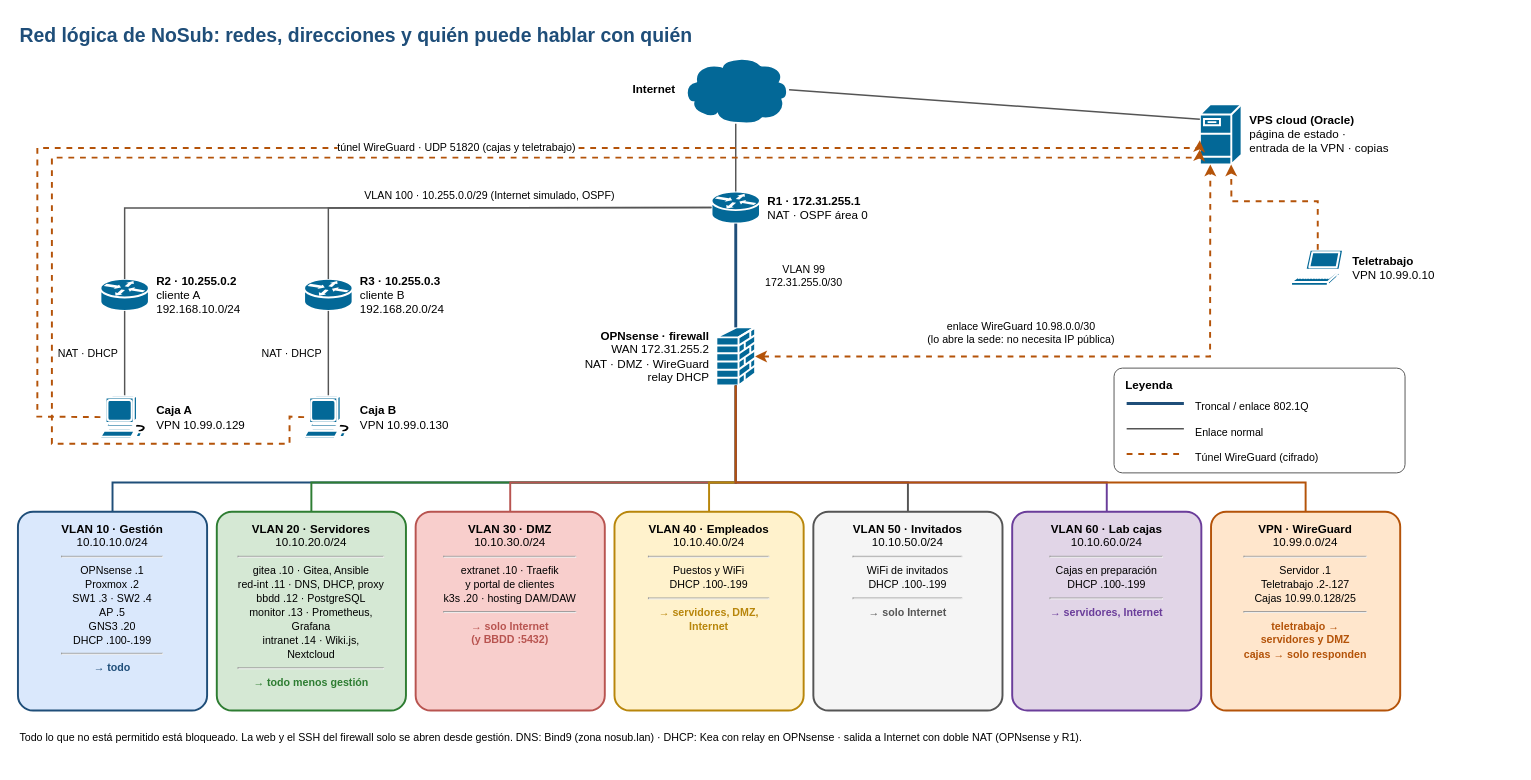
Above: docs/diagramas/2-red-logica.drawio in YassinKamal345/nosub-infra (draw.io), before the change. Source tidied: cells renumbered, new cells numbered last; positions are measured from the earlier drawing's top-left corner, leaving out a move shared by most shapes. Both pictures are drawn from the tidied source at 97%, with x=0, y=0 at pixel (17, 16).
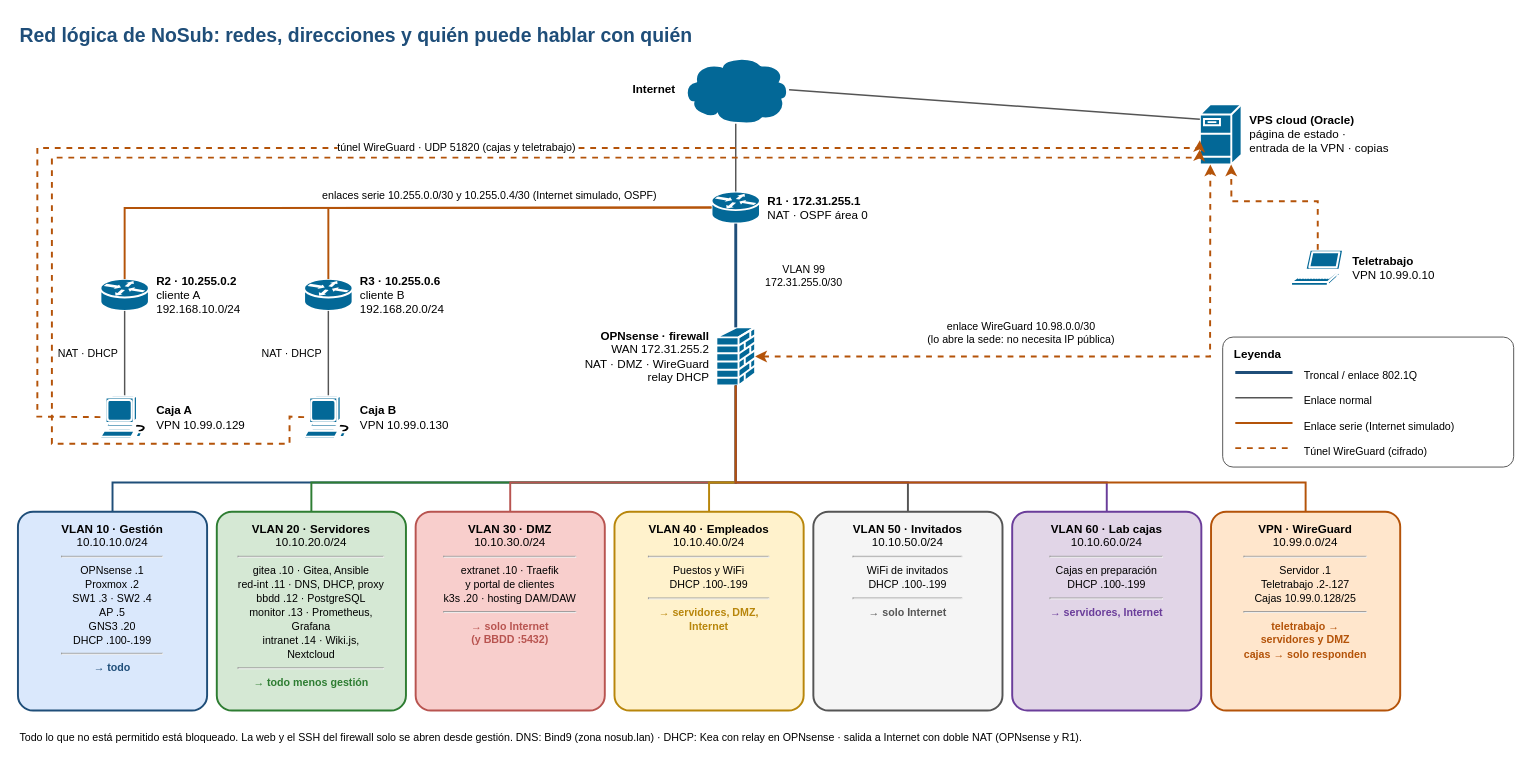
Above is the later version.

The change refers to these unchanged cells:
```xml
<mxCell id="5" value="R1 · 172.31.255.1&lt;br&gt;&lt;span style='font-weight:normal'&gt;NAT · OSPF área 0&lt;/span&gt;" style="labelPosition=right;align=left;verticalLabelPosition=middle;verticalAlign=middle;spacingLeft=6;html=1;outlineConnect=0;fontSize=12;fontStyle=1;shape=mxgraph.cisco.routers.router;fillColor=#036897;strokeColor=#ffffff;strokeWidth=2;" parent="1" vertex="1">
  <mxGeometry x="715" y="180" width="50" height="33" as="geometry" />
</mxCell>
<mxCell id="7" value="R2 · 10.255.0.2&lt;br&gt;&lt;span style='font-weight:normal'&gt;cliente A&lt;br&gt;192.168.10.0/24&lt;/span&gt;" style="labelPosition=right;align=left;verticalLabelPosition=middle;verticalAlign=middle;spacingLeft=6;html=1;outlineConnect=0;fontSize=12;fontStyle=1;shape=mxgraph.cisco.routers.router;fillColor=#036897;strokeColor=#ffffff;strokeWidth=2;" parent="1" vertex="1">
  <mxGeometry x="85" y="270" width="50" height="33" as="geometry" />
</mxCell>
```

Diff of the diagram source:
```diff
@@
-    <mxCell id="8" value="R3 · 10.255.0.3&lt;br&gt;&lt;span style='font-weight:normal'&gt;cliente B&lt;br&gt;192.168.20.0/24&lt;/span&gt;" style="labelPosition=right;align=left;verticalLabelPosition=middle;verticalAlign=middle;spacingLeft=6;html=1;outlineConnect=0;fontSize=12;fontStyle=1;shape=mxgraph.cisco.routers.router;fillColor=#036897;strokeColor=#ffffff;strokeWidth=2;" parent="1" vertex="1">
+    <mxCell id="8" value="R3 · 10.255.0.6&lt;br&gt;&lt;span style='font-weight:normal'&gt;cliente B&lt;br&gt;192.168.20.0/24&lt;/span&gt;" style="labelPosition=right;align=left;verticalLabelPosition=middle;verticalAlign=middle;spacingLeft=6;html=1;outlineConnect=0;fontSize=12;fontStyle=1;shape=mxgraph.cisco.routers.router;fillColor=#036897;strokeColor=#ffffff;strokeWidth=2;" parent="1" vertex="1">
       <mxGeometry x="295" y="270" width="50" height="33" as="geometry" />
     </mxCell>
@@
-    <mxCell id="14" value="VLAN 100 · 10.255.0.0/29 (Internet simulado, OSPF)" style="html=1;endArrow=none;fontSize=11;labelBackgroundColor=#ffffff;rounded=0;strokeWidth=1.5;strokeColor=#555555;exitX=0;exitY=0.5;exitDx=0;exitDy=0;" parent="1" edge="1" source="5" target="7">
+    <mxCell id="14" value="enlaces serie 10.255.0.0/30 y 10.255.0.4/30 (Internet simulado, OSPF)" style="html=1;endArrow=none;fontSize=11;labelBackgroundColor=#ffffff;rounded=0;strokeWidth=2;strokeColor=#b45309;exitX=0;exitY=0.5;exitDx=0;exitDy=0;" parent="1" edge="1" source="5" target="7">
       <mxGeometry relative="1" as="geometry">
         <Array as="points">
           <mxPoint x="110" y="197" />
         </Array>
         <mxPoint x="110" y="-13" as="offset" />
       </mxGeometry>
     </mxCell>
-    <mxCell id="15" style="html=1;endArrow=none;fontSize=11;labelBackgroundColor=#ffffff;rounded=0;strokeWidth=1.5;strokeColor=#555555;exitX=0;exitY=0.5;exitDx=0;exitDy=0;" parent="1" edge="1" source="5" target="8">
+    <mxCell id="15" style="html=1;endArrow=none;fontSize=11;labelBackgroundColor=#ffffff;rounded=0;strokeWidth=2;strokeColor=#b45309;exitX=0;exitY=0.5;exitDx=0;exitDy=0;" parent="1" edge="1" source="5" target="8">
       <mxGeometry relative="1" as="geometry">
         <Array as="points">
           <mxPoint x="320" y="197" />
         </Array>
       </mxGeometry>
     </mxCell>
@@
     <mxCell id="38" style="rounded=1;whiteSpace=wrap;html=1;arcSize=8;fontSize=12;fillColor=#ffffff;strokeColor=#555555;" parent="1" vertex="1">
-      <mxGeometry x="1130" y="362" width="300" height="108" as="geometry" />
+      <mxGeometry x="1242" y="330" width="300" height="134" as="geometry" />
     </mxCell>
     <mxCell id="39" value="&lt;b&gt;Leyenda&lt;/b&gt;" style="rounded=1;whiteSpace=wrap;html=1;arcSize=8;fontSize=12;text;strokeColor=none;fillColor=none;align=left;verticalAlign=top;" parent="1" vertex="1">
-      <mxGeometry x="1140" y="366" width="200" height="20" as="geometry" />
+      <mxGeometry x="1252" y="334" width="200" height="20" as="geometry" />
     </mxCell>
     <mxCell id="40" style="rounded=1;whiteSpace=wrap;html=1;arcSize=8;fontSize=12;fillColor=none;strokeColor=none;" parent="1" vertex="1">
-      <mxGeometry x="1142" y="398" width="1" height="1" as="geometry" />
+      <mxGeometry x="1254" y="366" width="1" height="1" as="geometry" />
     </mxCell>
     <mxCell id="41" style="rounded=1;whiteSpace=wrap;html=1;arcSize=8;fontSize=12;fillColor=none;strokeColor=none;" parent="1" vertex="1">
-      <mxGeometry x="1202" y="398" width="1" height="1" as="geometry" />
+      <mxGeometry x="1314" y="366" width="1" height="1" as="geometry" />
     </mxCell>
@@
     <mxCell id="43" value="Troncal / enlace 802.1Q" style="rounded=1;whiteSpace=wrap;html=1;arcSize=8;fontSize=12;text;strokeColor=none;fillColor=none;align=left;verticalAlign=top;fontSize=11;" parent="1" vertex="1">
-      <mxGeometry x="1212" y="389" width="215" height="20" as="geometry" />
+      <mxGeometry x="1324" y="357" width="215" height="20" as="geometry" />
     </mxCell>
     <mxCell id="44" style="rounded=1;whiteSpace=wrap;html=1;arcSize=8;fontSize=12;fillColor=none;strokeColor=none;" parent="1" vertex="1">
-      <mxGeometry x="1142" y="424" width="1" height="1" as="geometry" />
+      <mxGeometry x="1254" y="392" width="1" height="1" as="geometry" />
     </mxCell>
     <mxCell id="45" style="rounded=1;whiteSpace=wrap;html=1;arcSize=8;fontSize=12;fillColor=none;strokeColor=none;" parent="1" vertex="1">
-      <mxGeometry x="1202" y="424" width="1" height="1" as="geometry" />
+      <mxGeometry x="1314" y="392" width="1" height="1" as="geometry" />
     </mxCell>
@@
     <mxCell id="47" value="Enlace normal" style="rounded=1;whiteSpace=wrap;html=1;arcSize=8;fontSize=12;text;strokeColor=none;fillColor=none;align=left;verticalAlign=top;fontSize=11;" parent="1" vertex="1">
-      <mxGeometry x="1212" y="415" width="215" height="20" as="geometry" />
+      <mxGeometry x="1324" y="383" width="215" height="20" as="geometry" />
     </mxCell>
     <mxCell id="48" style="rounded=1;whiteSpace=wrap;html=1;arcSize=8;fontSize=12;fillColor=none;strokeColor=none;" parent="1" vertex="1">
-      <mxGeometry x="1142" y="450" width="1" height="1" as="geometry" />
+      <mxGeometry x="1254" y="418" width="1" height="1" as="geometry" />
     </mxCell>
     <mxCell id="49" style="rounded=1;whiteSpace=wrap;html=1;arcSize=8;fontSize=12;fillColor=none;strokeColor=none;" parent="1" vertex="1">
-      <mxGeometry x="1202" y="450" width="1" height="1" as="geometry" />
+      <mxGeometry x="1314" y="418" width="1" height="1" as="geometry" />
     </mxCell>
-    <mxCell id="50" style="html=1;endArrow=none;fontSize=11;labelBackgroundColor=#ffffff;rounded=0;strokeWidth=2;strokeColor=#b45309;dashed=1;endArrow=none;" parent="1" edge="1" source="48" target="49">
+    <mxCell id="50" style="html=1;endArrow=none;fontSize=11;labelBackgroundColor=#ffffff;rounded=0;strokeWidth=2;strokeColor=#b45309;" parent="1" edge="1" source="48" target="49">
       <mxGeometry relative="1" as="geometry" />
     </mxCell>
-    <mxCell id="51" value="Túnel WireGuard (cifrado)" style="rounded=1;whiteSpace=wrap;html=1;arcSize=8;fontSize=12;text;strokeColor=none;fillColor=none;align=left;verticalAlign=top;fontSize=11;" parent="1" vertex="1">
-      <mxGeometry x="1212" y="441" width="215" height="20" as="geometry" />
+    <mxCell id="51" value="Enlace serie (Internet simulado)" style="rounded=1;whiteSpace=wrap;html=1;arcSize=8;fontSize=12;text;strokeColor=none;fillColor=none;align=left;verticalAlign=top;fontSize=11;" parent="1" vertex="1">
+      <mxGeometry x="1324" y="409" width="215" height="20" as="geometry" />
     </mxCell>
+    <mxCell id="52" style="rounded=1;whiteSpace=wrap;html=1;arcSize=8;fontSize=12;fillColor=none;strokeColor=none;" parent="1" vertex="1">
+      <mxGeometry x="1254" y="444" width="1" height="1" as="geometry" />
+    </mxCell>
+    <mxCell id="53" style="rounded=1;whiteSpace=wrap;html=1;arcSize=8;fontSize=12;fillColor=none;strokeColor=none;" parent="1" vertex="1">
+      <mxGeometry x="1314" y="444" width="1" height="1" as="geometry" />
+    </mxCell>
+    <mxCell id="54" style="html=1;endArrow=none;fontSize=11;labelBackgroundColor=#ffffff;rounded=0;strokeWidth=2;strokeColor=#b45309;dashed=1;endArrow=none;" parent="1" edge="1" source="52" target="53">
+      <mxGeometry relative="1" as="geometry" />
+    </mxCell>
+    <mxCell id="55" value="Túnel WireGuard (cifrado)" style="rounded=1;whiteSpace=wrap;html=1;arcSize=8;fontSize=12;text;strokeColor=none;fillColor=none;align=left;verticalAlign=top;fontSize=11;" parent="1" vertex="1">
+      <mxGeometry x="1324" y="435" width="215" height="20" as="geometry" />
+    </mxCell>
```
